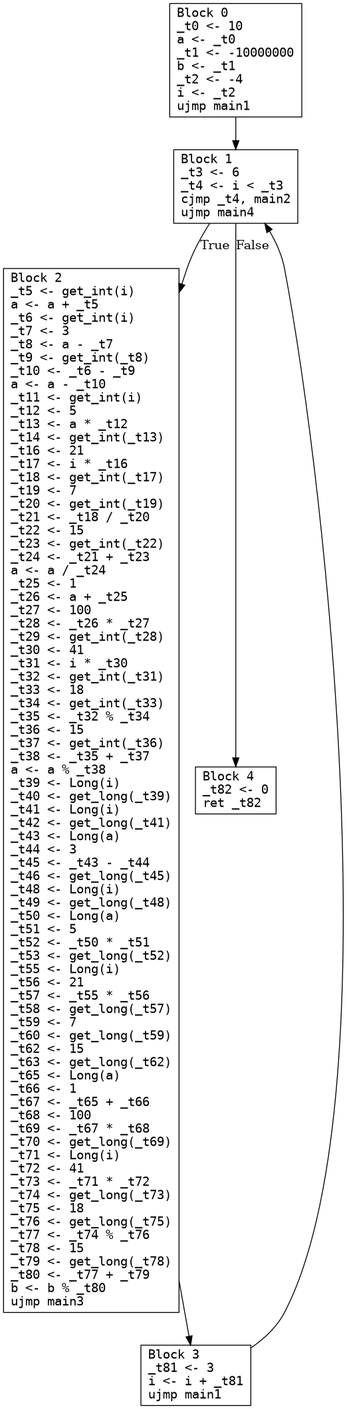
Above: main.png in seanchuck/compiler-s25 (Graphviz), before the change. Its source is kept beside it as main.dot. The source it was exported from:
```dot
digraph CFG {
  node [shape=box fontname="monospace"];
  0 [label="Block 0\l_t0 <- 10\la <- _t0\l_t1 <- -10000000\lb <- _t1\l_t2 <- -4\li <- _t2\lujmp main1\l"];
  1 [label="Block 1\l_t3 <- 6\l_t4 <- i < _t3\lcjmp _t4, main2\lujmp main4\l"];
  2 [label="Block 2\l_t5 <- get_int(i)\la <- a + _t5\l_t6 <- get_int(i)\l_t7 <- 3\l_t8 <- a - _t7\l_t9 <- get_int(_t8)\l_t10 <- _t6 - _t9\la <- a - _t10\l_t11 <- get_int(i)\l_t12 <- 5\l_t13 <- a * _t12\l_t14 <- get_int(_t13)\l_t16 <- 21\l_t17 <- i * _t16\l_t18 <- get_int(_t17)\l_t19 <- 7\l_t20 <- get_int(_t19)\l_t21 <- _t18 / _t20\l_t22 <- 15\l_t23 <- get_int(_t22)\l_t24 <- _t21 + _t23\la <- a / _t24\l_t25 <- 1\l_t26 <- a + _t25\l_t27 <- 100\l_t28 <- _t26 * _t27\l_t29 <- get_int(_t28)\l_t30 <- 41\l_t31 <- i * _t30\l_t32 <- get_int(_t31)\l_t33 <- 18\l_t34 <- get_int(_t33)\l_t35 <- _t32 % _t34\l_t36 <- 15\l_t37 <- get_int(_t36)\l_t38 <- _t35 + _t37\la <- a % _t38\l_t39 <- Long(i)\l_t40 <- get_long(_t39)\l_t41 <- Long(i)\l_t42 <- get_long(_t41)\l_t43 <- Long(a)\l_t44 <- 3\l_t45 <- _t43 - _t44\l_t46 <- get_long(_t45)\l_t48 <- Long(i)\l_t49 <- get_long(_t48)\l_t50 <- Long(a)\l_t51 <- 5\l_t52 <- _t50 * _t51\l_t53 <- get_long(_t52)\l_t55 <- Long(i)\l_t56 <- 21\l_t57 <- _t55 * _t56\l_t58 <- get_long(_t57)\l_t59 <- 7\l_t60 <- get_long(_t59)\l_t62 <- 15\l_t63 <- get_long(_t62)\l_t65 <- Long(a)\l_t66 <- 1\l_t67 <- _t65 + _t66\l_t68 <- 100\l_t69 <- _t67 * _t68\l_t70 <- get_long(_t69)\l_t71 <- Long(i)\l_t72 <- 41\l_t73 <- _t71 * _t72\l_t74 <- get_long(_t73)\l_t75 <- 18\l_t76 <- get_long(_t75)\l_t77 <- _t74 % _t76\l_t78 <- 15\l_t79 <- get_long(_t78)\l_t80 <- _t77 + _t79\lb <- b % _t80\lujmp main3\l"];
  3 [label="Block 3\l_t81 <- 3\li <- i + _t81\lujmp main1\l"];
  4 [label="Block 4\l_t82 <- 0\lret _t82\l"];
  0 -> 1 [label=""];
  1 -> 2 [label="True"];
  1 -> 4 [label="False"];
  2 -> 3 [label=""];
  3 -> 1 [label=""];
}
```
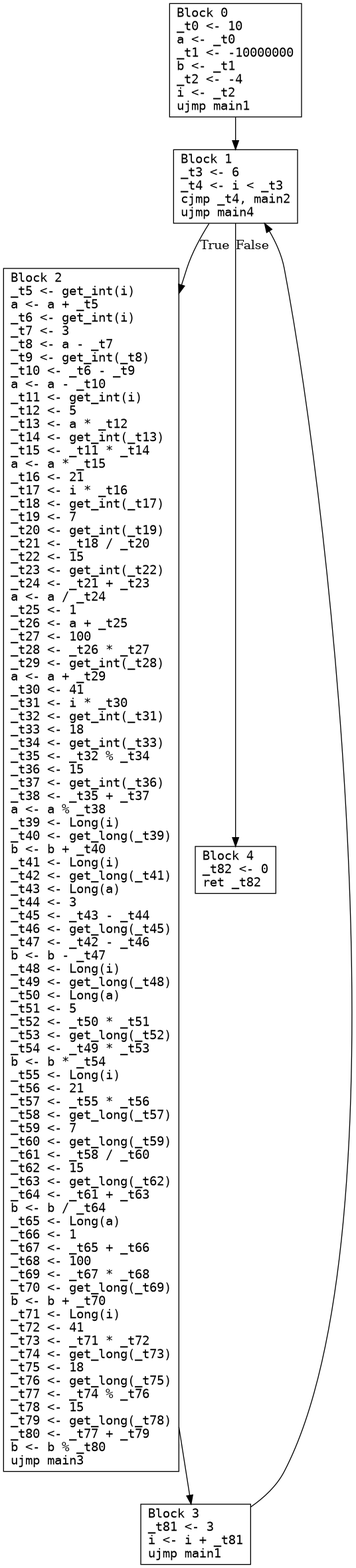
The same diagram one commit later.

What changed in the source:
```diff
@@ -2,12 +2,12 @@
   node [shape=box fontname="monospace"];
   0 [label="Block 0\l_t0 <- 10\la <- _t0\l_t1 <- -10000000\lb <- _t1\l_t2 <- -4\li <- _t2\lujmp main1\l"];
   1 [label="Block 1\l_t3 <- 6\l_t4 <- i < _t3\lcjmp _t4, main2\lujmp main4\l"];
-  2 [label="Block 2\l_t5 <- get_int(i)\la <- a + _t5\l_t6 <- get_int(i)\l_t7 <- 3\l_t8 <- a - _t7\l_t9 <- get_int(_t8)\l_t10 <- _t6 - _t9\la <- a - _t10\l_t11 <- get_int(i)\l_t12 <- 5\l_t13 <- a * _t12\l_t14 <- get_int(_t13)\l_t16 <- 21\l_t17 <- i * _t16\l_t18 <- get_int(_t17)\l_t19 <- 7\l_t20 <- get_int(_t19)\l_t21 <- _t18 / _t20\l_t22 <- 15\l_t23 <- get_int(_t22)\l_t24 <- _t21 + _t23\la <- a / _t24\l_t25 <- 1\l_t26 <- a + _t25\l_t27 <- 100\l_t28 <- _t26 * _t27\l_t29 <- get_int(_t28)\l_t30 <- 41\l_t31 <- i * _t30\l_t32 <- get_int(_t31)\l_t33 <- 18\l_t34 <- get_int(_t33)\l_t35 <- _t32 % _t34\l_t36 <- 15\l_t37 <- get_int(_t36)\l_t38 <- _t35 + _t37\la <- a % _t38\l_t39 <- Long(i)\l_t40 <- get_long(_t39)\l_t41 <- Long(i)\l_t42 <- get_long(_t41)\l_t43 <- Long(a)\l_t44 <- 3\l_t45 <- _t43 - _t44\l_t46 <- get_long(_t45)\l_t48 <- Long(i)\l_t49 <- get_long(_t48)\l_t50 <- Long(a)\l_t51 <- 5\l_t52 <- _t50 * _t51\l_t53 <- get_long(_t52)\l_t55 <- Long(i)\l_t56 <- 21\l_t57 <- _t55 * _t56\l_t58 <- get_long(_t57)\l_t59 <- 7\l_t60 <- get_long(_t59)\l_t62 <- 15\l_t63 <- get_long(_t62)\l_t65 <- Long(a)\l_t66 <- 1\l_t67 <- _t65 + _t66\l_t68 <- 100\l_t69 <- _t67 * _t68\l_t70 <- get_long(_t69)\l_t71 <- Long(i)\l_t72 <- 41\l_t73 <- _t71 * _t72\l_t74 <- get_long(_t73)\l_t75 <- 18\l_t76 <- get_long(_t75)\l_t77 <- _t74 % _t76\l_t78 <- 15\l_t79 <- get_long(_t78)\l_t80 <- _t77 + _t79\lb <- b % _t80\lujmp main3\l"];
+  2 [label="Block 2\l_t5 <- get_int(i)\la <- a + _t5\l_t6 <- get_int(i)\l_t7 <- 3\l_t8 <- a - _t7\l_t9 <- get_int(_t8)\l_t10 <- _t6 - _t9\la <- a - _t10\l_t11 <- get_int(i)\l_t12 <- 5\l_t13 <- a * _t12\l_t14 <- get_int(_t13)\l_t15 <- _t11 * _t14\la <- a * _t15\l_t16 <- 21\l_t17 <- i * _t16\l_t18 <- get_int(_t17)\l_t19 <- 7\l_t20 <- get_int(_t19)\l_t21 <- _t18 / _t20\l_t22 <- 15\l_t23 <- get_int(_t22)\l_t24 <- _t21 + _t23\la <- a / _t24\l_t25 <- 1\l_t26 <- a + _t25\l_t27 <- 100\l_t28 <- _t26 * _t27\l_t29 <- get_int(_t28)\la <- a + _t29\l_t30 <- 41\l_t31 <- i * _t30\l_t32 <- get_int(_t31)\l_t33 <- 18\l_t34 <- get_int(_t33)\l_t35 <- _t32 % _t34\l_t36 <- 15\l_t37 <- get_int(_t36)\l_t38 <- _t35 + _t37\la <- a % _t38\l_t39 <- Long(i)\l_t40 <- get_long(_t39)\lb <- b + _t40\l_t41 <- Long(i)\l_t42 <- get_long(_t41)\l_t43 <- Long(a)\l_t44 <- 3\l_t45 <- _t43 - _t44\l_t46 <- get_long(_t45)\l_t47 <- _t42 - _t46\lb <- b - _t47\l_t48 <- Long(i)\l_t49 <- get_long(_t48)\l_t50 <- Long(a)\l_t51 <- 5\l_t52 <- _t50 * _t51\l_t53 <- get_long(_t52)\l_t54 <- _t49 * _t53\lb <- b * _t54\l_t55 <- Long(i)\l_t56 <- 21\l_t57 <- _t55 * _t56\l_t58 <- get_long(_t57)\l_t59 <- 7\l_t60 <- get_long(_t59)\l_t61 <- _t58 / _t60\l_t62 <- 15\l_t63 <- get_long(_t62)\l_t64 <- _t61 + _t63\lb <- b / _t64\l_t65 <- Long(a)\l_t66 <- 1\l_t67 <- _t65 + _t66\l_t68 <- 100\l_t69 <- _t67 * _t68\l_t70 <- get_long(_t69)\lb <- b + _t70\l_t71 <- Long(i)\l_t72 <- 41\l_t73 <- _t71 * _t72\l_t74 <- get_long(_t73)\l_t75 <- 18\l_t76 <- get_long(_t75)\l_t77 <- _t74 % _t76\l_t78 <- 15\l_t79 <- get_long(_t78)\l_t80 <- _t77 + _t79\lb <- b % _t80\lujmp main3\l"];
   3 [label="Block 3\l_t81 <- 3\li <- i + _t81\lujmp main1\l"];
   4 [label="Block 4\l_t82 <- 0\lret _t82\l"];
   0 -> 1 [label=""];
+  1 -> 4 [label="False"];
   1 -> 2 [label="True"];
-  1 -> 4 [label="False"];
   2 -> 3 [label=""];
   3 -> 1 [label=""];
 }
```
